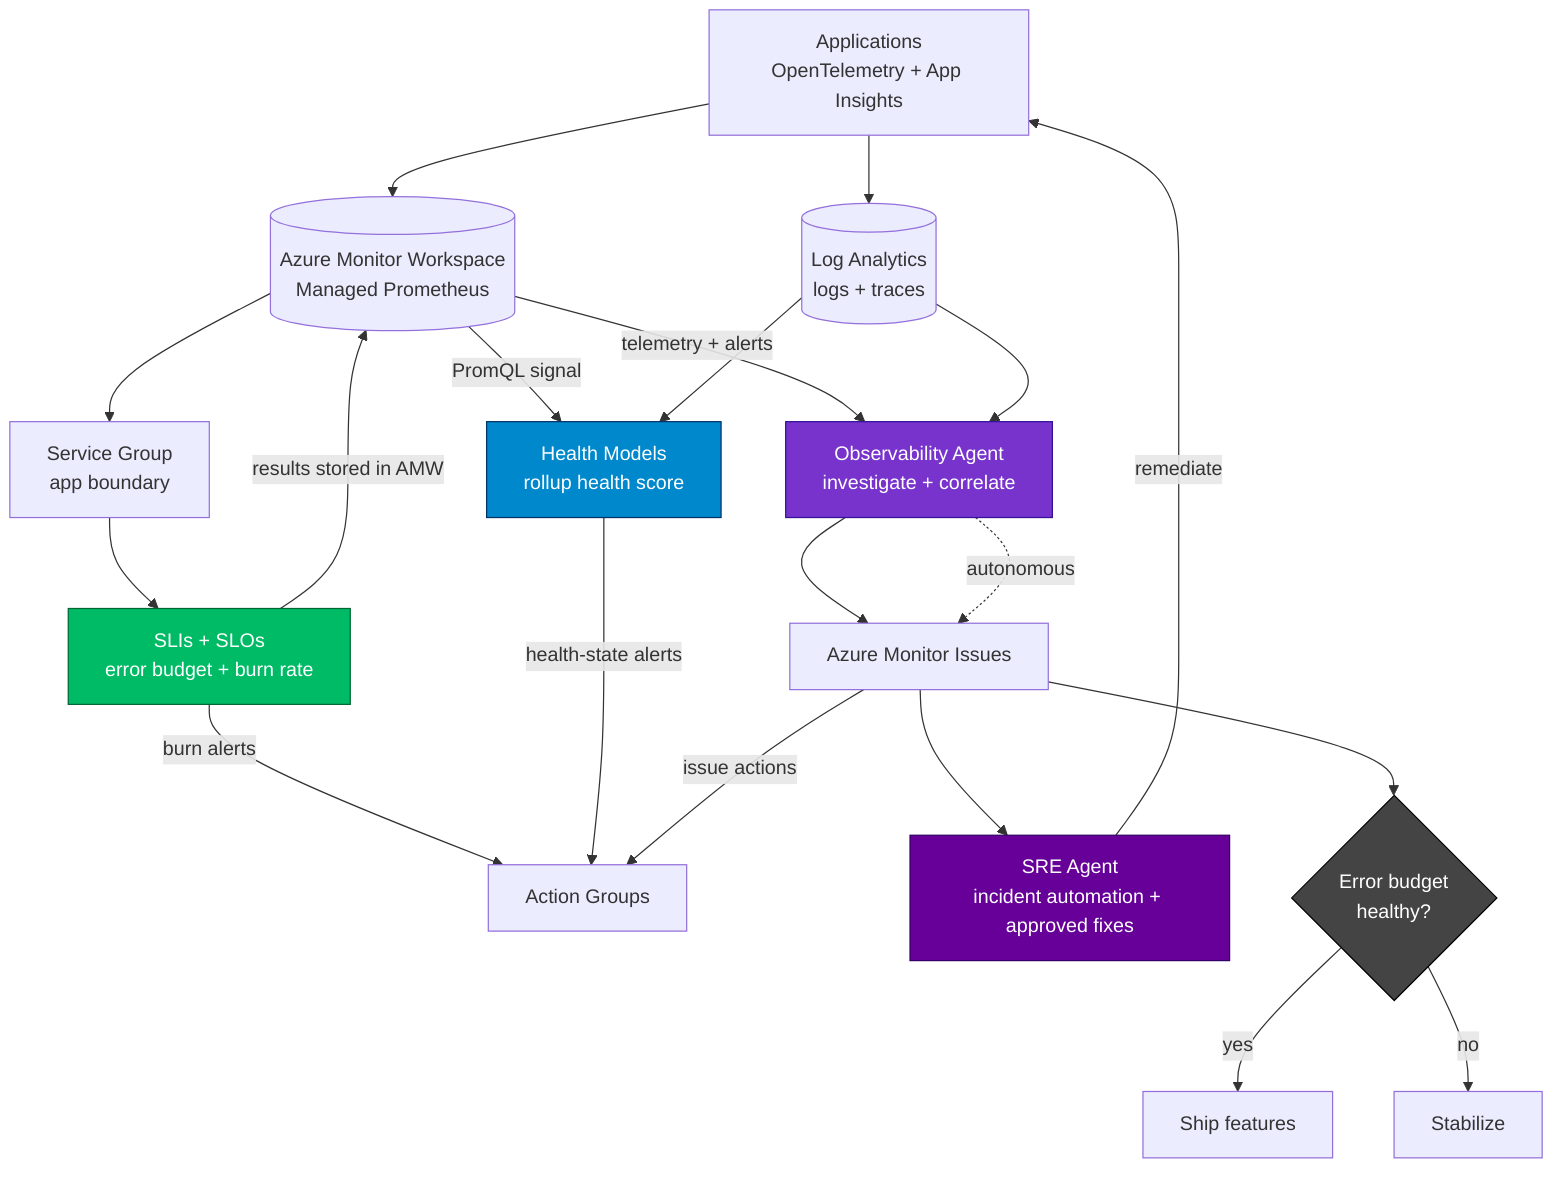
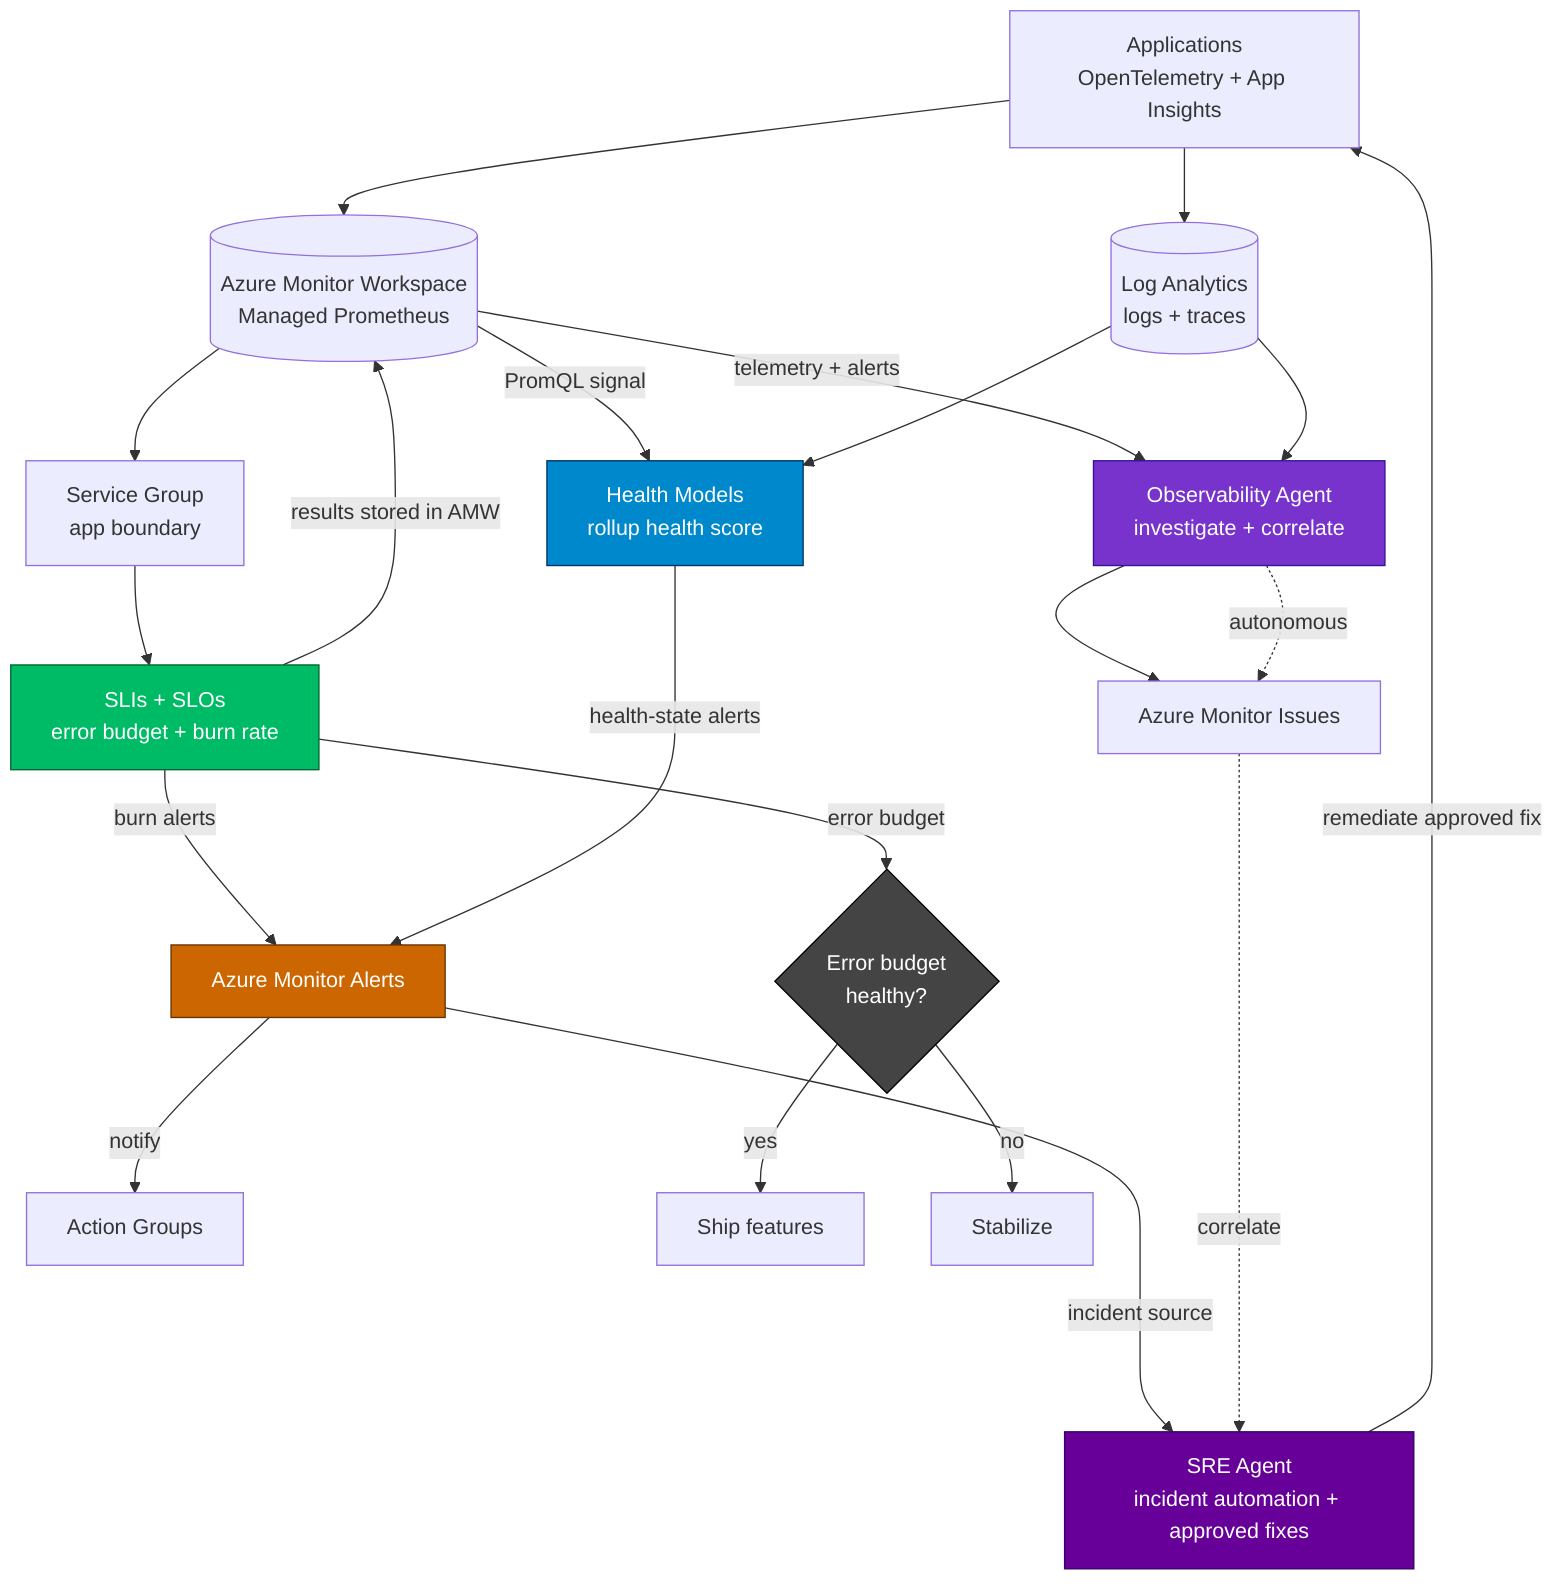
flowchart TD
    APP[Applications<br/>OpenTelemetry + App Insights] --> AMW[(Azure Monitor Workspace<br/>Managed Prometheus)]
    APP --> LAW[(Log Analytics<br/>logs + traces)]
    AMW --> SG[Service Group<br/>app boundary]
    SG --> SLI[SLIs + SLOs<br/>error budget + burn rate]
    SLI -->|results stored in AMW| AMW
    AMW -->|PromQL signal| HM[Health Models<br/>rollup health score]
    LAW --> HM
-     SLI -->|burn alerts| AG[Action Groups]
-     HM -->|health-state alerts| AG
+     SLI -->|burn alerts| ALERTS[Azure Monitor Alerts]
+     HM -->|health-state alerts| ALERTS
+     ALERTS -->|notify| AG[Action Groups]
+     ALERTS ---->|incident source| SRE[SRE Agent<br/>incident automation + approved fixes]
    AMW -->|telemetry + alerts| OBS[Observability Agent<br/>investigate + correlate]
    LAW --> OBS
    OBS --> ISS[Azure Monitor Issues]
    OBS -. autonomous .-> ISS
-     ISS -->|issue actions| AG
-     ISS --> SRE[SRE Agent<br/>incident automation + approved fixes]
-     SRE -->|remediate| APP
-     ISS --> GATE{Error budget<br/>healthy?}
+     ISS -. correlate .-> SRE
+     SRE -->|remediate approved fix| APP
+     SLI -->|error budget| GATE{Error budget<br/>healthy?}
    GATE -->|yes| SHIP[Ship features]
    GATE -->|no| FIX[Stabilize]
    style SLI fill:#0b6,stroke:#063,color:#fff
    style HM fill:#08c,stroke:#036,color:#fff
+     style ALERTS fill:#c60,stroke:#630,color:#fff
    style OBS fill:#73c,stroke:#319,color:#fff
    style SRE fill:#609,stroke:#306,color:#fff
    style GATE fill:#444,stroke:#000,color:#fff
